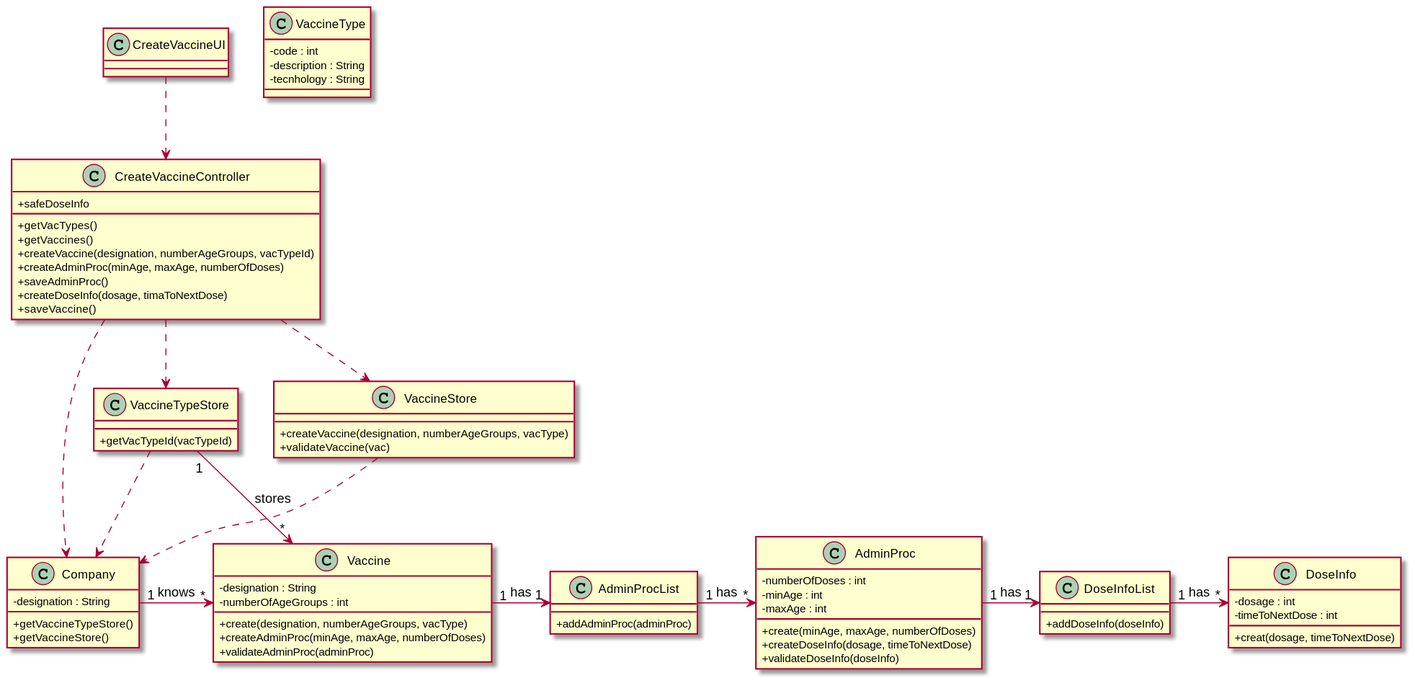
Earlier version of the PlantUML export docs/SprintB/US13/CD/US13_CD.svg (miseEnPlace-i/lapr2).
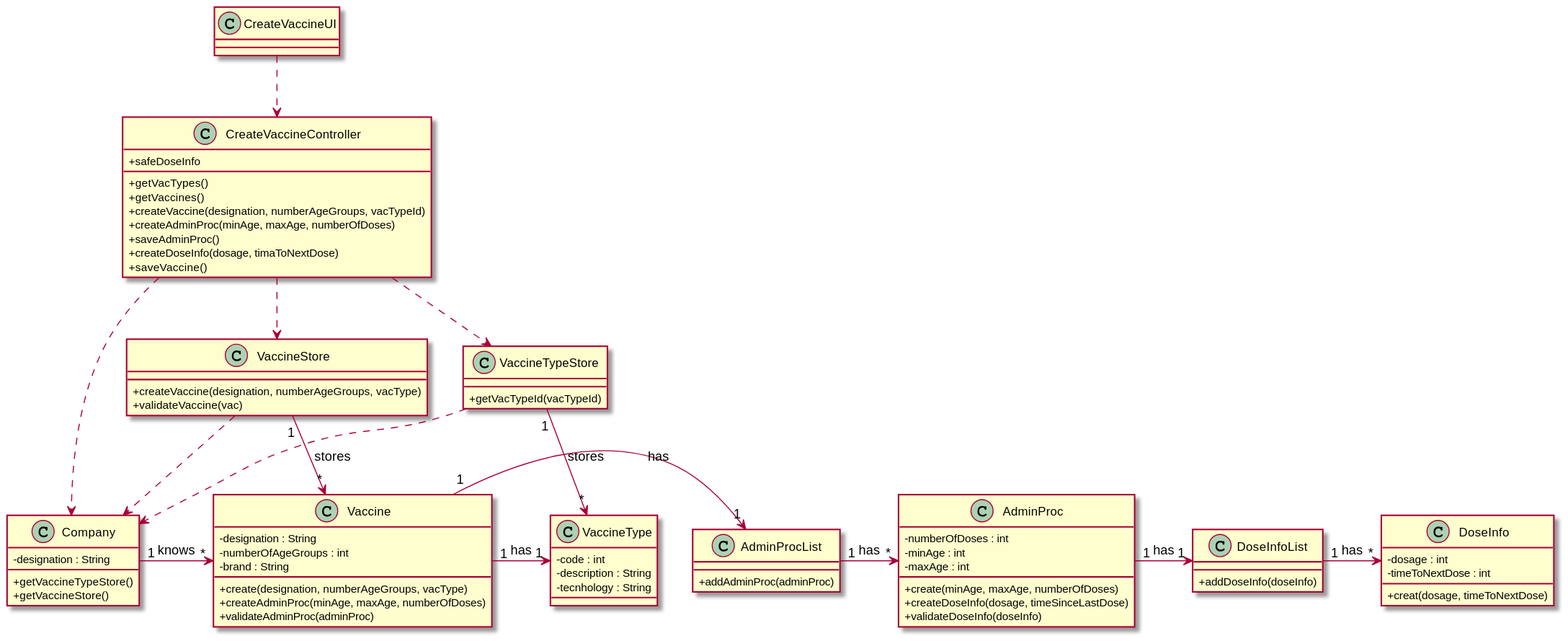
Above is the later version.

Change to the diagram source:
```diff
@@ -35,6 +35,7 @@
 class Vaccine{
     -designation : String
     -numberOfAgeGroups : int
+    -brand : String
 
     +create(designation, numberAgeGroups, vacType)
     +createAdminProc(minAge, maxAge, numberOfDoses)
@@ -53,7 +54,7 @@
     -maxAge : int
 
     +create(minAge, maxAge, numberOfDoses)
-    +createDoseInfo(dosage, timeToNextDose)
+    +createDoseInfo(dosage, timeSinceLastDose)
     +validateDoseInfo(doseInfo)
 }
 
@@ -77,10 +78,12 @@
 CreateVaccineController ..> VaccineTypeStore
 CreateVaccineController ..> Company
 VaccineStore ..> Company
+VaccineStore "1" -> "*" Vaccine : stores
 VaccineTypeStore ..> Company
-VaccineTypeStore "1" -> "*" Vaccine : stores
+VaccineTypeStore "1" -> "*" VaccineType : stores
 Company "1" -> "*" Vaccine : knows
 Vaccine "1" -> "1" AdminProcList : has
+Vaccine "1" -> "1" VaccineType : has
 AdminProcList "1" -> "*" AdminProc : has
 AdminProc "1" -> "1" DoseInfoList : has
 DoseInfoList "1" -> "*" DoseInfo : has
```
